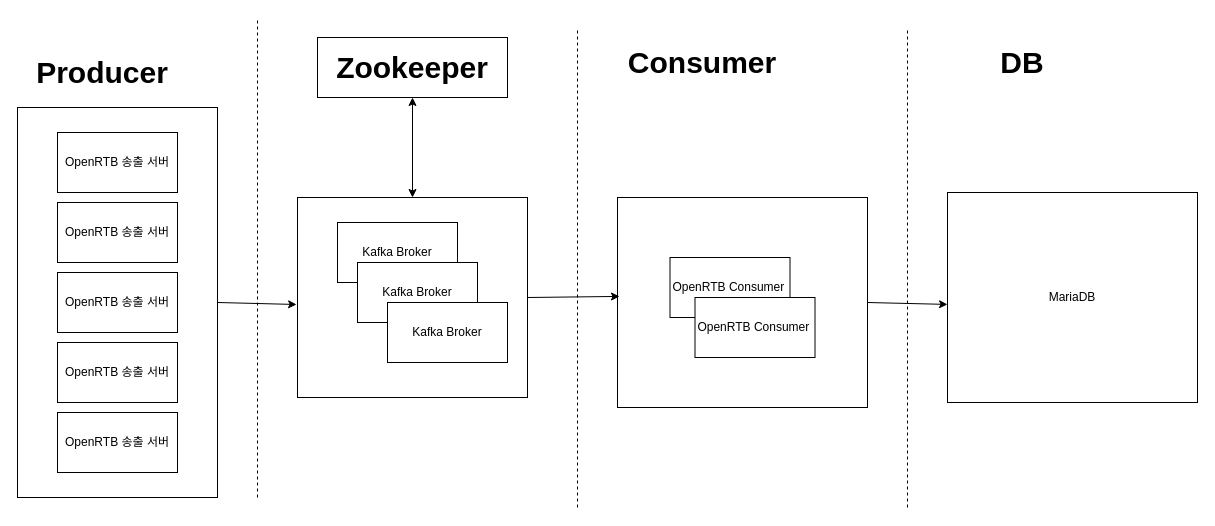
The draw.io diagram OpenRTB Consumer.drawio in BaekSeungJo/Diagram, before the edit. Source tidied: cells renumbered, new cells numbered last; positions are measured from the earlier drawing's top-left corner, leaving out a move shared by most shapes. Both pictures are drawn from the tidied source at 100%, with x=0, y=0 at pixel (17, 17).
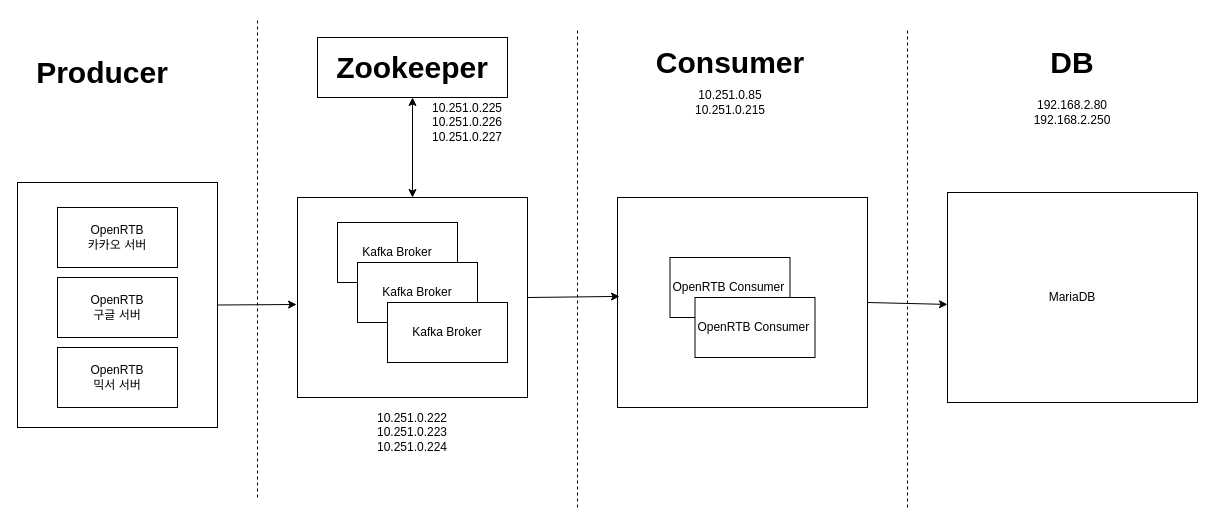
The same page after the edit.

Change to the diagram source:
```diff
@@
     <mxCell id="6" style="rounded=0;whiteSpace=wrap;html=1;" parent="1" vertex="1">
-      <mxGeometry y="90" width="200" height="390" as="geometry" />
+      <mxGeometry y="165" width="200" height="245" as="geometry" />
     </mxCell>
@@
-    <mxCell id="8" value="OpenRTB 송출 서버" style="rounded=0;whiteSpace=wrap;html=1;" parent="1" vertex="1">
-      <mxGeometry x="40" y="115" width="120" height="60" as="geometry" />
+    <mxCell id="8" value="OpenRTB &lt;br&gt;카카오 서버" style="rounded=0;whiteSpace=wrap;html=1;" parent="1" vertex="1">
+      <mxGeometry x="40" y="190" width="120" height="60" as="geometry" />
     </mxCell>
-    <mxCell id="9" value="OpenRTB 송출 서버" style="rounded=0;whiteSpace=wrap;html=1;" parent="1" vertex="1">
-      <mxGeometry x="40" y="185" width="120" height="60" as="geometry" />
+    <mxCell id="9" value="OpenRTB &lt;br&gt;구글 서버" style="rounded=0;whiteSpace=wrap;html=1;" parent="1" vertex="1">
+      <mxGeometry x="40" y="260" width="120" height="60" as="geometry" />
     </mxCell>
-    <mxCell id="10" value="OpenRTB 송출 서버" style="rounded=0;whiteSpace=wrap;html=1;" parent="1" vertex="1">
-      <mxGeometry x="40" y="255" width="120" height="60" as="geometry" />
+    <mxCell id="10" value="OpenRTB &lt;br&gt;믹서 서버" style="rounded=0;whiteSpace=wrap;html=1;" parent="1" vertex="1">
+      <mxGeometry x="40" y="330" width="120" height="60" as="geometry" />
     </mxCell>
-    <mxCell id="11" value="OpenRTB 송출 서버" style="rounded=0;whiteSpace=wrap;html=1;" parent="1" vertex="1">
-      <mxGeometry x="40" y="325" width="120" height="60" as="geometry" />
-    </mxCell>
-    <mxCell id="12" value="OpenRTB 송출 서버" style="rounded=0;whiteSpace=wrap;html=1;" parent="1" vertex="1">
-      <mxGeometry x="40" y="395" width="120" height="60" as="geometry" />
-    </mxCell>
@@
     <mxCell id="18" value="&lt;span style=&quot;font-size: 30px&quot;&gt;&lt;b&gt;Consumer&lt;/b&gt;&lt;/span&gt;" style="text;html=1;strokeColor=none;fillColor=none;align=center;verticalAlign=middle;whiteSpace=wrap;rounded=0;" parent="1" vertex="1">
-      <mxGeometry x="630" y="20" width="110" height="50" as="geometry" />
+      <mxGeometry x="657.5" y="20" width="110" height="50" as="geometry" />
     </mxCell>
@@
     <mxCell id="24" value="&lt;span style=&quot;font-size: 30px&quot;&gt;&lt;b&gt;DB&lt;/b&gt;&lt;/span&gt;" style="text;html=1;strokeColor=none;fillColor=none;align=center;verticalAlign=middle;whiteSpace=wrap;rounded=0;" parent="1" vertex="1">
-      <mxGeometry x="950" y="20" width="110" height="50" as="geometry" />
+      <mxGeometry x="1000" y="20" width="110" height="50" as="geometry" />
     </mxCell>
@@
+    <mxCell id="27" value="10.251.0.222&lt;br&gt;10.251.0.223&lt;br&gt;10.251.0.224" style="text;html=1;strokeColor=none;fillColor=none;align=center;verticalAlign=middle;whiteSpace=wrap;rounded=0;" parent="1" vertex="1">
+      <mxGeometry x="365" y="400" width="60" height="30" as="geometry" />
+    </mxCell>
+    <mxCell id="28" value="10.251.0.225&lt;br&gt;10.251.0.226&lt;br&gt;10.251.0.227" style="text;html=1;strokeColor=none;fillColor=none;align=center;verticalAlign=middle;whiteSpace=wrap;rounded=0;" parent="1" vertex="1">
+      <mxGeometry x="420" y="90" width="60" height="30" as="geometry" />
+    </mxCell>
+    <mxCell id="29" value="10.251.0.85&lt;br&gt;10.251.0.215" style="text;html=1;strokeColor=none;fillColor=none;align=center;verticalAlign=middle;whiteSpace=wrap;rounded=0;" parent="1" vertex="1">
+      <mxGeometry x="682.5" y="70" width="60" height="30" as="geometry" />
+    </mxCell>
+    <mxCell id="30" value="192.168.2.80&lt;br&gt;192.168.2.250" style="text;html=1;strokeColor=none;fillColor=none;align=center;verticalAlign=middle;whiteSpace=wrap;rounded=0;" parent="1" vertex="1">
+      <mxGeometry x="1025" y="80" width="60" height="30" as="geometry" />
+    </mxCell>
```
